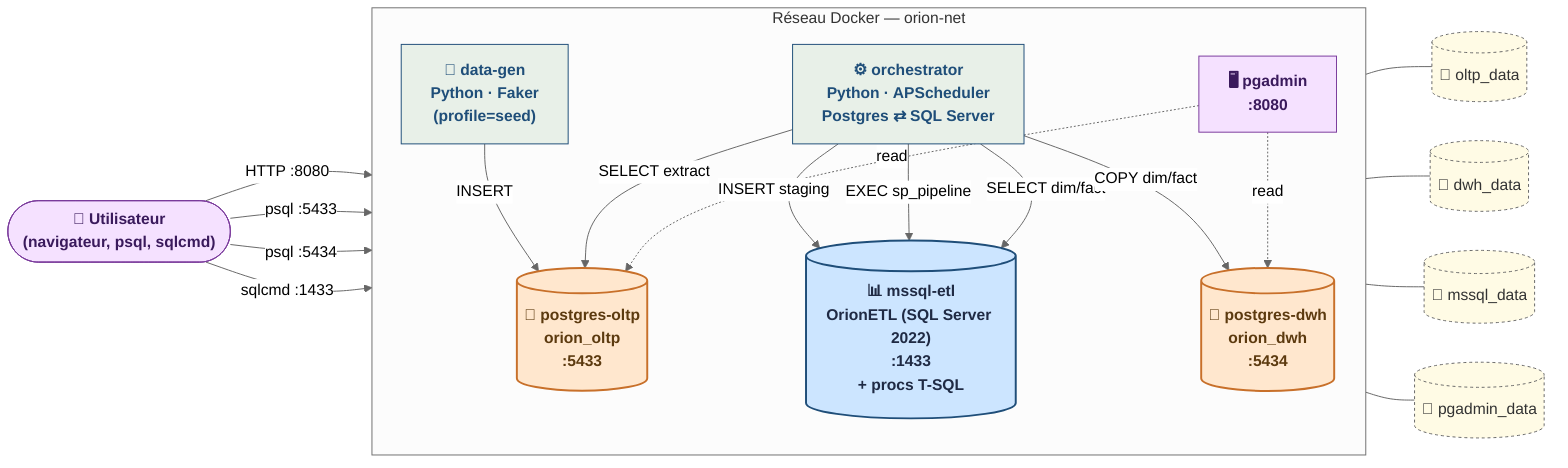
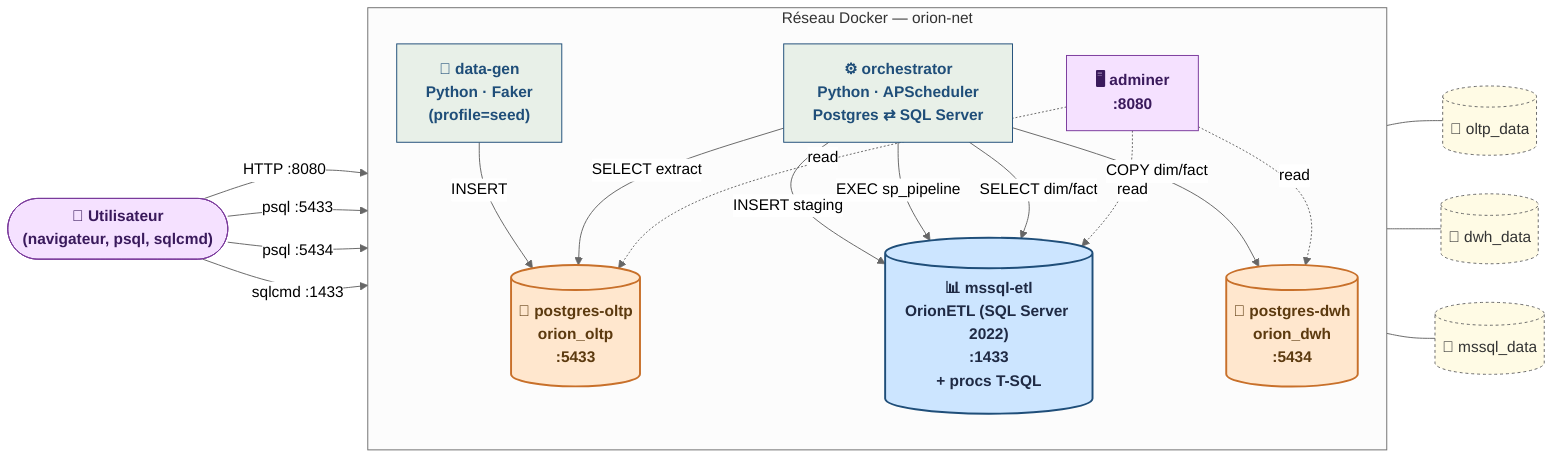
%%{init: {"theme":"neutral","flowchart":{"curve":"basis","htmlLabels":true,"nodeSpacing":40,"rankSpacing":50}}}%%
flowchart LR
    classDef db    fill:#FFE7CE,stroke:#C8702A,color:#5C3A0F,stroke-width:2px,font-weight:bold
    classDef ms    fill:#CCE5FF,stroke:#1F4E79,color:#1F2A44,stroke-width:2px,font-weight:bold
    classDef app   fill:#E8F0E8,stroke:#1F4E79,color:#1F4E79,font-weight:bold
    classDef ui    fill:#F5E1FF,stroke:#7A3A9C,color:#3A1A5C,font-weight:bold
    classDef vol   fill:#FFFBE5,stroke:#666,color:#333,stroke-dasharray:3 3

    USR(["👤 Utilisateur<br/>(navigateur, psql, sqlcmd)"]):::ui

    subgraph NET ["Réseau Docker — orion-net"]
      direction TB
      OLTP[("🐘 postgres-oltp<br/><b>orion_oltp</b><br/>:5433")]:::db
      DWH[("🐘 postgres-dwh<br/><b>orion_dwh</b><br/>:5434")]:::db
      MSS[("📊 mssql-etl<br/><b>OrionETL</b> (SQL Server 2022)<br/>:1433<br/>+ procs T-SQL")]:::ms
      ORC["⚙ orchestrator<br/>Python · APScheduler<br/>Postgres ⇄ SQL Server"]:::app
      DG["🌱 data-gen<br/>Python · Faker<br/>(profile=seed)"]:::app
-       PGA["🖥 pgadmin<br/>:8080"]:::ui
+       PGA["🖥 adminer<br/>:8080"]:::ui
    end

    V1[("💾 oltp_data")]:::vol
    V2[("💾 dwh_data")]:::vol
    V3[("💾 mssql_data")]:::vol
-     V4[("💾 pgadmin_data")]:::vol

    OLTP --- V1
    DWH  --- V2
    MSS  --- V3
-     PGA  --- V4

    USR -- "HTTP :8080"   --> PGA
    USR -- "psql :5433"   --> OLTP
    USR -- "psql :5434"   --> DWH
    USR -- "sqlcmd :1433" --> MSS

    DG  -- "INSERT" --> OLTP
    ORC -- "SELECT extract"   --> OLTP
    ORC -- "INSERT staging"   --> MSS
    ORC -- "EXEC sp_pipeline" --> MSS
    ORC -- "SELECT dim/fact"  --> MSS
    ORC -- "COPY dim/fact"    --> DWH
    PGA -. read .-> OLTP
    PGA -. read .-> DWH
+     PGA -. read .-> MSS
